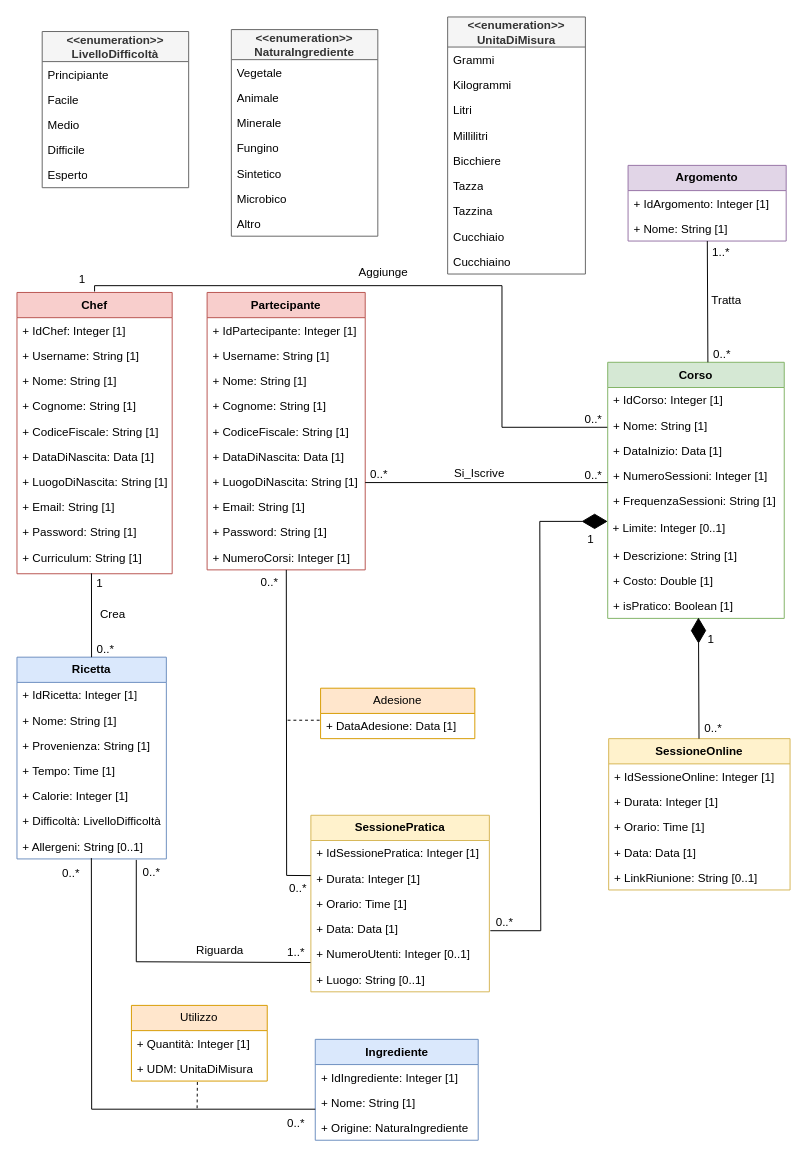
The draw.io diagram Database/Modello_Concettuale/src/UninaFoodLab_UML_Ristrutturato.drawio in KiyoWasTakenn/UninaFoodLab, before the edit. Source tidied: cells renumbered, new cells numbered last; positions are measured from the earlier drawing's top-left corner, leaving out a move shared by most shapes. Both pictures are drawn from the tidied source at 97%, with x=0, y=0 at pixel (16, 16).
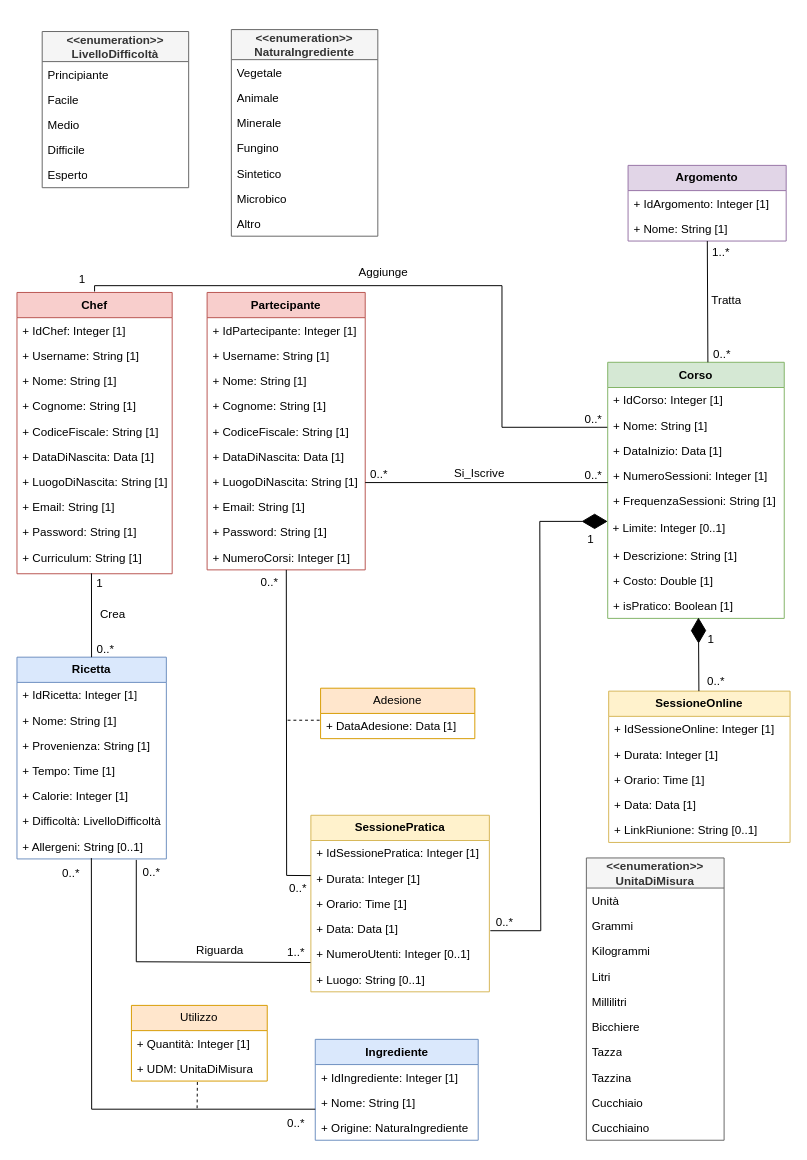
Above is the later version.

The edit, as a diff of the source:
```diff
@@
     <mxCell id="31" value="0..*" style="text;html=1;align=center;verticalAlign=middle;whiteSpace=wrap;rounded=0;" parent="1" vertex="1">
-      <mxGeometry x="702" y="723" width="32" height="21" as="geometry" />
+      <mxGeometry x="705" y="674" width="32" height="21" as="geometry" />
     </mxCell>
     <mxCell id="32" value="&lt;div&gt;&lt;span style=&quot;font-weight: 700;&quot;&gt;&amp;lt;&amp;lt;enumeration&amp;gt;&amp;gt;&lt;/span&gt;&lt;b&gt;&lt;/b&gt;&lt;/div&gt;&lt;div&gt;&lt;b&gt;UnitaDiMisura&lt;/b&gt;&lt;/div&gt;" style="swimlane;fontStyle=0;horizontal=1;startSize=31;fillColor=#f5f5f5;whiteSpace=wrap;html=1;strokeColor=#666666;fontColor=#333333;" parent="1" vertex="1">
-      <mxGeometry x="444" width="142" height="265" as="geometry" />
+      <mxGeometry x="587" y="867" width="142" height="291" as="geometry" />
     </mxCell>
+    <mxCell id="125" value="Unità" style="text;strokeColor=none;fillColor=none;align=left;verticalAlign=top;spacingLeft=4;spacingRight=4;overflow=hidden;whiteSpace=wrap;html=1;" parent="32" vertex="1">
+      <mxGeometry y="31" width="142" height="26" as="geometry" />
+    </mxCell>
     <mxCell id="33" value="Grammi" style="text;strokeColor=none;fillColor=none;align=left;verticalAlign=top;spacingLeft=4;spacingRight=4;overflow=hidden;whiteSpace=wrap;html=1;" parent="32" vertex="1">
-      <mxGeometry y="31" width="142" height="26" as="geometry" />
+      <mxGeometry y="57" width="142" height="26" as="geometry" />
     </mxCell>
     <mxCell id="34" value="Kilogrammi" style="text;strokeColor=none;fillColor=none;align=left;verticalAlign=top;spacingLeft=4;spacingRight=4;overflow=hidden;whiteSpace=wrap;html=1;" parent="32" vertex="1">
-      <mxGeometry y="57" width="142" height="26" as="geometry" />
+      <mxGeometry y="83" width="142" height="26" as="geometry" />
     </mxCell>
     <mxCell id="35" value="Litri" style="text;strokeColor=none;fillColor=none;align=left;verticalAlign=top;spacingLeft=4;spacingRight=4;overflow=hidden;whiteSpace=wrap;html=1;" parent="32" vertex="1">
-      <mxGeometry y="83" width="142" height="26" as="geometry" />
+      <mxGeometry y="109" width="142" height="26" as="geometry" />
     </mxCell>
     <mxCell id="36" value="Millilitri" style="text;strokeColor=none;fillColor=none;align=left;verticalAlign=top;spacingLeft=4;spacingRight=4;overflow=hidden;whiteSpace=wrap;html=1;" parent="32" vertex="1">
-      <mxGeometry y="109" width="142" height="26" as="geometry" />
+      <mxGeometry y="135" width="142" height="26" as="geometry" />
     </mxCell>
     <mxCell id="37" value="Bicchiere" style="text;strokeColor=none;fillColor=none;align=left;verticalAlign=top;spacingLeft=4;spacingRight=4;overflow=hidden;whiteSpace=wrap;html=1;" parent="32" vertex="1">
-      <mxGeometry y="135" width="142" height="26" as="geometry" />
+      <mxGeometry y="161" width="142" height="26" as="geometry" />
     </mxCell>
     <mxCell id="38" value="Tazza" style="text;strokeColor=none;fillColor=none;align=left;verticalAlign=top;spacingLeft=4;spacingRight=4;overflow=hidden;whiteSpace=wrap;html=1;" parent="32" vertex="1">
-      <mxGeometry y="161" width="142" height="26" as="geometry" />
+      <mxGeometry y="187" width="142" height="26" as="geometry" />
     </mxCell>
     <mxCell id="39" value="Tazzina" style="text;strokeColor=none;fillColor=none;align=left;verticalAlign=top;spacingLeft=4;spacingRight=4;overflow=hidden;whiteSpace=wrap;html=1;" parent="32" vertex="1">
-      <mxGeometry y="187" width="142" height="26" as="geometry" />
+      <mxGeometry y="213" width="142" height="26" as="geometry" />
     </mxCell>
     <mxCell id="40" value="Cucchiaio" style="text;strokeColor=none;fillColor=none;align=left;verticalAlign=top;spacingLeft=4;spacingRight=4;overflow=hidden;whiteSpace=wrap;html=1;" parent="32" vertex="1">
-      <mxGeometry y="213" width="142" height="26" as="geometry" />
+      <mxGeometry y="239" width="142" height="26" as="geometry" />
     </mxCell>
     <mxCell id="41" value="Cucchiaino" style="text;strokeColor=none;fillColor=none;align=left;verticalAlign=top;spacingLeft=4;spacingRight=4;overflow=hidden;whiteSpace=wrap;html=1;" parent="32" vertex="1">
-      <mxGeometry y="239" width="142" height="26" as="geometry" />
+      <mxGeometry y="265" width="142" height="26" as="geometry" />
     </mxCell>
@@
     <mxCell id="101" value="&lt;b&gt;SessioneOnline&lt;/b&gt;" style="swimlane;fontStyle=0;horizontal=1;startSize=26;whiteSpace=wrap;html=1;fillColor=#fff2cc;strokeColor=#d6b656;" parent="1" vertex="1">
-      <mxGeometry x="610" y="744" width="187" height="156" as="geometry" />
+      <mxGeometry x="610" y="695" width="187" height="156" as="geometry" />
     </mxCell>
```
